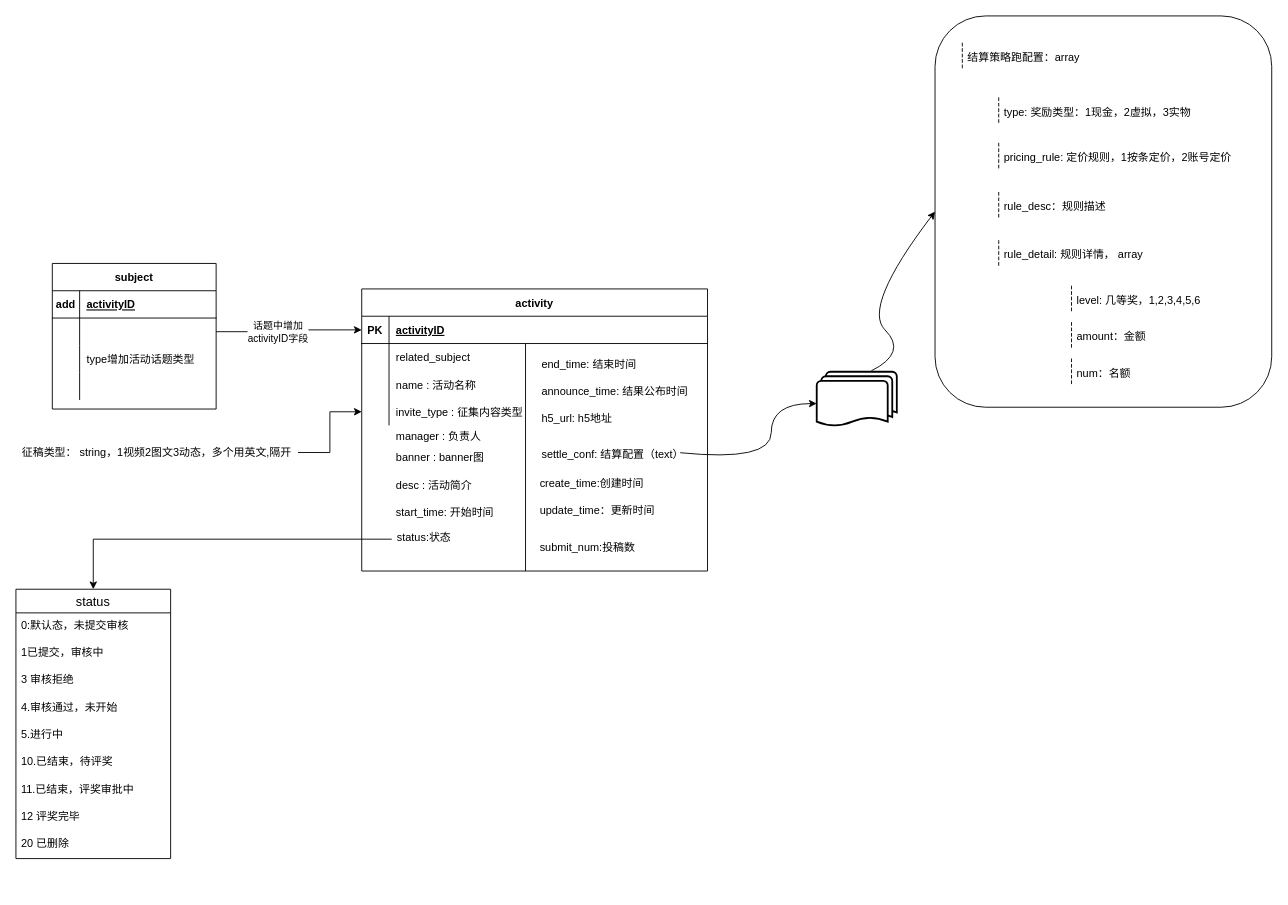
The draw.io diagram 创作中心-活动.drawio in lixiangdaqian/diagrams, before the edit. Source tidied: cells renumbered, new cells numbered last; positions are measured from the earlier drawing's top-left corner, leaving out a move shared by most shapes. Both pictures are drawn from the tidied source at 91%, with x=0, y=0 at pixel (15, 15).
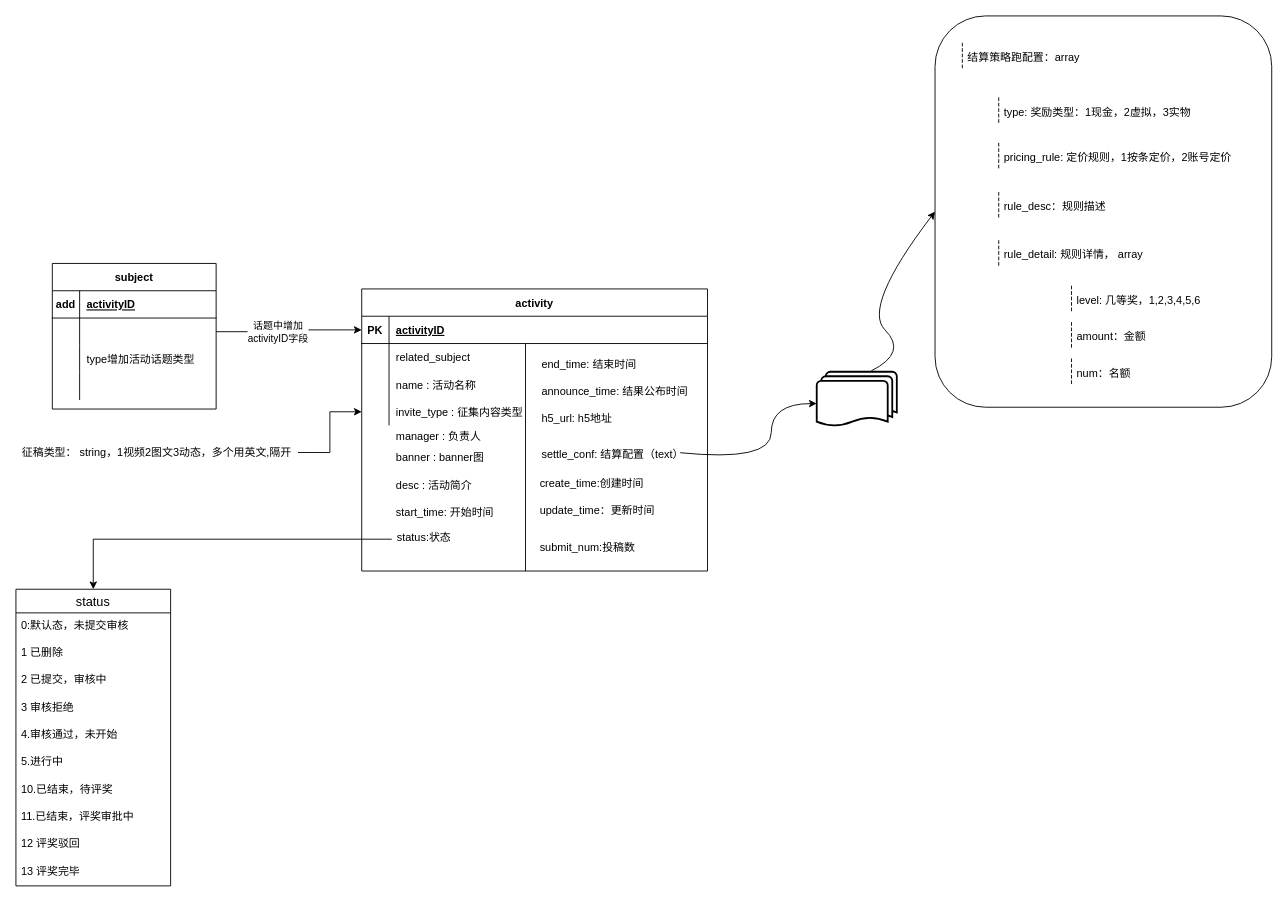
The same page after the edit.

Commit message:
Update 创作中心-活动.drawio

Diff of the diagram source:
```diff
@@
     <mxCell id="63" value="status" style="swimlane;fontStyle=0;horizontal=1;startSize=26;align=center;fontSize=14;" parent="1" vertex="1">
-      <mxGeometry y="630" width="170" height="296" as="geometry" />
+      <mxGeometry y="630" width="170" height="326" as="geometry" />
     </mxCell>
@@
+    <mxCell id="72" value="1 已删除" style="text;strokeColor=none;fillColor=none;spacingLeft=4;spacingRight=4;overflow=hidden;fontSize=12;" parent="63" vertex="1">
+      <mxGeometry y="56" width="170" height="30" as="geometry" />
+    </mxCell>
-    <mxCell id="65" value="1已提交，审核中" style="text;strokeColor=none;fillColor=none;spacingLeft=4;spacingRight=4;overflow=hidden;fontSize=12;" parent="63" vertex="1">
-      <mxGeometry y="56" width="170" height="30" as="geometry" />
+    <mxCell id="65" value="2 已提交，审核中" style="text;strokeColor=none;fillColor=none;spacingLeft=4;spacingRight=4;overflow=hidden;fontSize=12;" parent="63" vertex="1">
+      <mxGeometry y="86" width="170" height="30" as="geometry" />
     </mxCell>
     <mxCell id="66" value="3 审核拒绝" style="text;strokeColor=none;fillColor=none;spacingLeft=4;spacingRight=4;overflow=hidden;fontSize=12;" parent="63" vertex="1">
-      <mxGeometry y="86" width="170" height="30" as="geometry" />
+      <mxGeometry y="116" width="170" height="30" as="geometry" />
     </mxCell>
     <mxCell id="67" value="4.审核通过，未开始" style="text;strokeColor=none;fillColor=none;spacingLeft=4;spacingRight=4;overflow=hidden;fontSize=12;" parent="63" vertex="1">
-      <mxGeometry y="116" width="170" height="30" as="geometry" />
+      <mxGeometry y="146" width="170" height="30" as="geometry" />
     </mxCell>
     <mxCell id="68" value="5.进行中" style="text;strokeColor=none;fillColor=none;spacingLeft=4;spacingRight=4;overflow=hidden;fontSize=12;" parent="63" vertex="1">
-      <mxGeometry y="146" width="170" height="30" as="geometry" />
+      <mxGeometry y="176" width="170" height="30" as="geometry" />
     </mxCell>
     <mxCell id="69" value="10.已结束，待评奖" style="text;strokeColor=none;fillColor=none;spacingLeft=4;spacingRight=4;overflow=hidden;fontSize=12;" parent="63" vertex="1">
-      <mxGeometry y="176" width="170" height="30" as="geometry" />
+      <mxGeometry y="206" width="170" height="30" as="geometry" />
     </mxCell>
     <mxCell id="70" value="11.已结束，评奖审批中" style="text;strokeColor=none;fillColor=none;spacingLeft=4;spacingRight=4;overflow=hidden;fontSize=12;" parent="63" vertex="1">
-      <mxGeometry y="206" width="170" height="30" as="geometry" />
+      <mxGeometry y="236" width="170" height="30" as="geometry" />
     </mxCell>
+    <mxCell id="76" value="12 评奖驳回" style="text;strokeColor=none;fillColor=none;spacingLeft=4;spacingRight=4;overflow=hidden;fontSize=12;" parent="63" vertex="1">
+      <mxGeometry y="266" width="170" height="30" as="geometry" />
+    </mxCell>
-    <mxCell id="71" value="12 评奖完毕" style="text;strokeColor=none;fillColor=none;spacingLeft=4;spacingRight=4;overflow=hidden;fontSize=12;" parent="63" vertex="1">
-      <mxGeometry y="236" width="170" height="30" as="geometry" />
+    <mxCell id="71" value="13 评奖完毕" style="text;strokeColor=none;fillColor=none;spacingLeft=4;spacingRight=4;overflow=hidden;fontSize=12;" parent="63" vertex="1">
+      <mxGeometry y="296" width="170" height="30" as="geometry" />
     </mxCell>
-    <mxCell id="72" value="20 已删除" style="text;strokeColor=none;fillColor=none;spacingLeft=4;spacingRight=4;overflow=hidden;fontSize=12;" parent="63" vertex="1">
-      <mxGeometry y="266" width="170" height="30" as="geometry" />
-    </mxCell>
```
